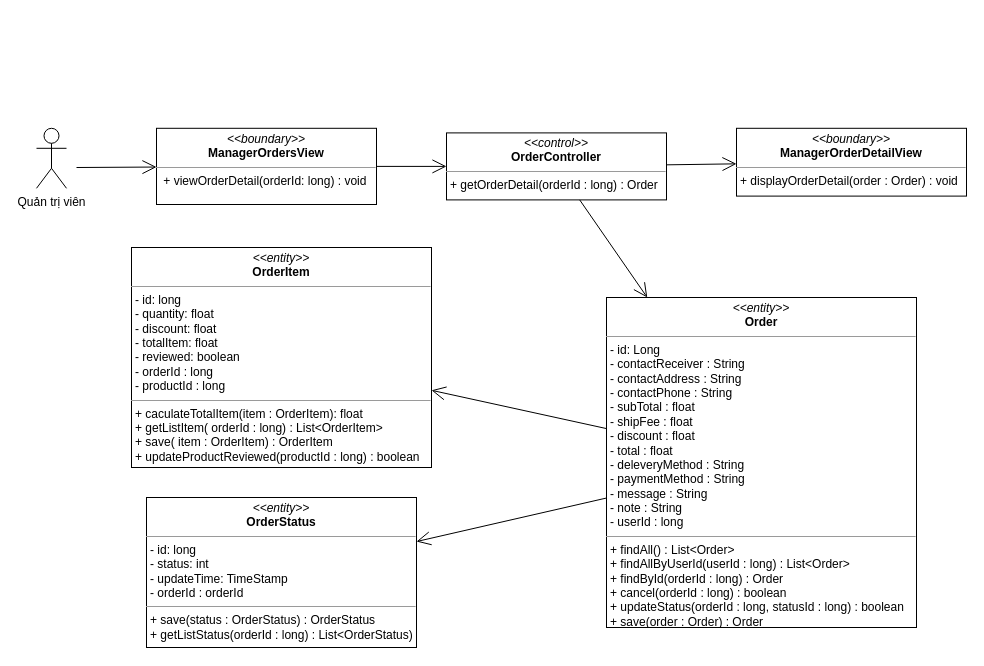
Above: class diagram/manager-order-detail-class-diagram.drawio in nguyenphamvan/datn_20202 (draw.io), before the change. Source tidied: cells renumbered, new cells numbered last; positions are measured from the earlier drawing's top-left corner, leaving out a move shared by most shapes. Both pictures are drawn from the tidied source at 100%, with x=0, y=0 at pixel (36, 128).
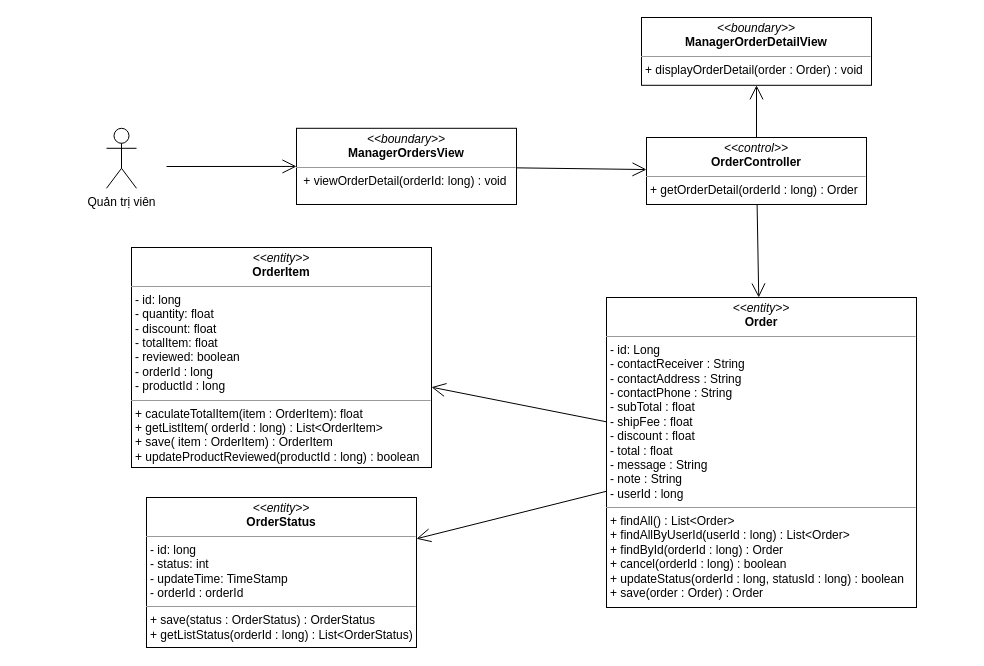
The same page after the edit.

What changed in the source:
```diff
@@
 <mxGraphModel>
   <root>
     <mxCell id="0" />
     <mxCell id="1" parent="0" />
     <mxCell id="2" value="&lt;p style=&quot;margin: 0px ; margin-top: 4px ; text-align: center&quot;&gt;&lt;i&gt;&amp;lt;&amp;lt;boundary&amp;gt;&amp;gt;&lt;/i&gt;&lt;br&gt;&lt;b&gt;ManagerOrderDetailView&lt;/b&gt;&lt;/p&gt;&lt;hr size=&quot;1&quot;&gt;&lt;p style=&quot;margin: 0px ; margin-left: 4px&quot;&gt;&lt;span&gt;+ displayOrderDetail(order : Order) : void&lt;/span&gt;&lt;/p&gt;" style="verticalAlign=top;align=left;overflow=fill;fontSize=12;fontFamily=Helvetica;html=1;" parent="1" vertex="1">
-      <mxGeometry x="700" y="-0.2" width="230" height="67.8" as="geometry" />
+      <mxGeometry x="605" y="-111" width="230" height="67.8" as="geometry" />
     </mxCell>
     <mxCell id="3" style="endArrow=open;endFill=1;endSize=12;html=1;" parent="1" edge="1" source="4" target="2">
       <mxGeometry relative="1" as="geometry" />
     </mxCell>
     <mxCell id="4" value="&lt;p style=&quot;margin: 0px ; margin-top: 4px ; text-align: center&quot;&gt;&lt;i&gt;&amp;lt;&amp;lt;control&amp;gt;&amp;gt;&lt;/i&gt;&lt;br&gt;&lt;b&gt;OrderController&lt;/b&gt;&lt;br&gt;&lt;/p&gt;&lt;hr size=&quot;1&quot;&gt;&lt;p style=&quot;margin: 0px ; margin-left: 4px&quot;&gt;&lt;span&gt;+ getOrderDetail(orderId : long) : Order&lt;/span&gt;&lt;br&gt;&lt;/p&gt;" style="verticalAlign=top;align=left;overflow=fill;fontSize=12;fontFamily=Helvetica;html=1;" parent="1" vertex="1">
-      <mxGeometry x="410" y="4.4" width="220" height="67" as="geometry" />
+      <mxGeometry x="610" y="9" width="220" height="67" as="geometry" />
     </mxCell>
     <mxCell id="5" style="endArrow=open;endFill=1;endSize=12;html=1;" parent="1" edge="1" source="4" target="9">
       <mxGeometry relative="1" as="geometry" />
     </mxCell>
     <mxCell id="6" value="&lt;p style=&quot;margin: 0px ; margin-top: 4px ; text-align: center&quot;&gt;&lt;i&gt;&amp;lt;&amp;lt;boundary&amp;gt;&amp;gt;&lt;/i&gt;&lt;br&gt;&lt;b&gt;ManagerOrdersView&lt;/b&gt;&lt;/p&gt;&lt;hr size=&quot;1&quot;&gt;&lt;p style=&quot;margin: 0px ; margin-left: 4px&quot;&gt;&lt;span&gt;&amp;nbsp;&lt;/span&gt;&lt;span&gt;+ viewOrderDetail(orderId: long) : void&lt;/span&gt;&lt;/p&gt;" style="verticalAlign=top;align=left;overflow=fill;fontSize=12;fontFamily=Helvetica;html=1;" parent="1" vertex="1">
-      <mxGeometry x="120" y="-0.2" width="220" height="76.2" as="geometry" />
+      <mxGeometry x="260" y="-0.2" width="220" height="76.2" as="geometry" />
     </mxCell>
     <mxCell id="7" value="&lt;p style=&quot;margin: 0px ; margin-top: 4px ; text-align: center&quot;&gt;&lt;i&gt;&amp;lt;&amp;lt;entity&amp;gt;&amp;gt;&lt;/i&gt;&lt;br&gt;&lt;b&gt;OrderItem&lt;/b&gt;&lt;/p&gt;&lt;hr size=&quot;1&quot;&gt;&lt;p style=&quot;margin: 0px ; margin-left: 4px&quot;&gt;- id: long&lt;/p&gt;&lt;p style=&quot;margin: 0px ; margin-left: 4px&quot;&gt;- quantity: float&lt;br&gt;- discount: float&lt;/p&gt;&lt;p style=&quot;margin: 0px ; margin-left: 4px&quot;&gt;- totalItem: float&lt;/p&gt;&lt;p style=&quot;margin: 0px ; margin-left: 4px&quot;&gt;- reviewed: boolean&lt;/p&gt;&lt;p style=&quot;margin: 0px ; margin-left: 4px&quot;&gt;- orderId : long&lt;/p&gt;&lt;p style=&quot;margin: 0px ; margin-left: 4px&quot;&gt;- productId : long&lt;/p&gt;&lt;hr size=&quot;1&quot;&gt;&lt;p style=&quot;margin: 0px 0px 0px 4px&quot;&gt;+ caculateTotalItem(item : OrderItem): float&lt;br&gt;&lt;/p&gt;&lt;p style=&quot;margin: 0px 0px 0px 4px&quot;&gt;+ getListItem( orderId : long) : List&amp;lt;OrderItem&amp;gt;&lt;br&gt;&lt;/p&gt;&lt;p style=&quot;margin: 0px 0px 0px 4px&quot;&gt;+ save( item : OrderItem) : OrderItem&lt;/p&gt;&lt;p style=&quot;margin: 0px 0px 0px 4px&quot;&gt;+ updateProductReviewed(productId : long) : boolean&lt;/p&gt;" style="verticalAlign=top;align=left;overflow=fill;fontSize=12;fontFamily=Helvetica;html=1;" parent="1" vertex="1">
       <mxGeometry x="95" y="119" width="300" height="220" as="geometry" />
     </mxCell>
     <mxCell id="8" value="&lt;p style=&quot;margin: 0px ; margin-top: 4px ; text-align: center&quot;&gt;&lt;i&gt;&amp;lt;&amp;lt;entity&amp;gt;&amp;gt;&lt;/i&gt;&lt;br&gt;&lt;b&gt;OrderStatus&lt;/b&gt;&lt;/p&gt;&lt;hr size=&quot;1&quot;&gt;&lt;p style=&quot;margin: 0px ; margin-left: 4px&quot;&gt;- id: long&lt;/p&gt;&lt;p style=&quot;margin: 0px ; margin-left: 4px&quot;&gt;- status: int&lt;br&gt;- updateTime: TimeStamp&lt;/p&gt;&lt;p style=&quot;margin: 0px ; margin-left: 4px&quot;&gt;- orderId : orderId&lt;/p&gt;&lt;hr size=&quot;1&quot;&gt;&lt;p style=&quot;margin: 0px ; margin-left: 4px&quot;&gt;+ save(status : OrderStatus) : OrderStatus&lt;/p&gt;&lt;p style=&quot;margin: 0px ; margin-left: 4px&quot;&gt;+ getListStatus(orderId : long) : List&amp;lt;OrderStatus)&lt;/p&gt;" style="verticalAlign=top;align=left;overflow=fill;fontSize=12;fontFamily=Helvetica;html=1;" parent="1" vertex="1">
       <mxGeometry x="110" y="369" width="270" height="150" as="geometry" />
     </mxCell>
-    <mxCell id="9" value="&lt;p style=&quot;margin: 0px ; margin-top: 4px ; text-align: center&quot;&gt;&lt;i&gt;&amp;lt;&amp;lt;entity&amp;gt;&amp;gt;&lt;/i&gt;&lt;br&gt;&lt;b&gt;Order&lt;/b&gt;&lt;/p&gt;&lt;hr size=&quot;1&quot;&gt;&lt;p style=&quot;margin: 0px ; margin-left: 4px&quot;&gt;- id: Long&lt;/p&gt;&lt;p style=&quot;margin: 0px ; margin-left: 4px&quot;&gt;- contactReceiver : String&lt;/p&gt;&lt;p style=&quot;margin: 0px ; margin-left: 4px&quot;&gt;- contactAddress : String&lt;/p&gt;&lt;p style=&quot;margin: 0px ; margin-left: 4px&quot;&gt;- contactPhone : String&lt;/p&gt;&lt;p style=&quot;margin: 0px 0px 0px 4px&quot;&gt;- subTotal : float&lt;/p&gt;&lt;p style=&quot;margin: 0px 0px 0px 4px&quot;&gt;- shipFee : float&lt;/p&gt;&lt;p style=&quot;margin: 0px 0px 0px 4px&quot;&gt;- discount : float&lt;/p&gt;&lt;p style=&quot;margin: 0px 0px 0px 4px&quot;&gt;- total : float&lt;/p&gt;&lt;p style=&quot;margin: 0px 0px 0px 4px&quot;&gt;- deleveryMethod : String&lt;/p&gt;&lt;p style=&quot;margin: 0px 0px 0px 4px&quot;&gt;- paymentMethod : String&lt;/p&gt;&lt;p style=&quot;margin: 0px 0px 0px 4px&quot;&gt;- message : String&lt;/p&gt;&lt;p style=&quot;margin: 0px 0px 0px 4px&quot;&gt;- note : String&lt;/p&gt;&lt;p style=&quot;margin: 0px 0px 0px 4px&quot;&gt;- userId : long&lt;/p&gt;&lt;hr size=&quot;1&quot;&gt;&lt;p style=&quot;margin: 0px 0px 0px 4px&quot;&gt;+ findAll() : List&amp;lt;Order&amp;gt;&lt;/p&gt;&lt;p style=&quot;margin: 0px 0px 0px 4px&quot;&gt;+ findAllByUserId(userId : long) : List&amp;lt;Order&amp;gt;&lt;/p&gt;&lt;p style=&quot;margin: 0px 0px 0px 4px&quot;&gt;+ findById(orderId : long) : Order&lt;br&gt;&lt;/p&gt;&lt;p style=&quot;margin: 0px 0px 0px 4px&quot;&gt;+ cancel(orderId : long) : boolean&lt;br&gt;&lt;/p&gt;&lt;p style=&quot;margin: 0px 0px 0px 4px&quot;&gt;+ updateStatus(orderId : long, statusId : long) : boolean&lt;/p&gt;&lt;p style=&quot;margin: 0px 0px 0px 4px&quot;&gt;+ save(order : Order) : Order&lt;/p&gt;" style="verticalAlign=top;align=left;overflow=fill;fontSize=12;fontFamily=Helvetica;html=1;" parent="1" vertex="1">
-      <mxGeometry x="570" y="169" width="310" height="330" as="geometry" />
+    <mxCell id="9" value="&lt;p style=&quot;margin: 0px ; margin-top: 4px ; text-align: center&quot;&gt;&lt;i&gt;&amp;lt;&amp;lt;entity&amp;gt;&amp;gt;&lt;/i&gt;&lt;br&gt;&lt;b&gt;Order&lt;/b&gt;&lt;/p&gt;&lt;hr size=&quot;1&quot;&gt;&lt;p style=&quot;margin: 0px ; margin-left: 4px&quot;&gt;- id: Long&lt;/p&gt;&lt;p style=&quot;margin: 0px ; margin-left: 4px&quot;&gt;- contactReceiver : String&lt;/p&gt;&lt;p style=&quot;margin: 0px ; margin-left: 4px&quot;&gt;- contactAddress : String&lt;/p&gt;&lt;p style=&quot;margin: 0px ; margin-left: 4px&quot;&gt;- contactPhone : String&lt;/p&gt;&lt;p style=&quot;margin: 0px 0px 0px 4px&quot;&gt;- subTotal : float&lt;/p&gt;&lt;p style=&quot;margin: 0px 0px 0px 4px&quot;&gt;- shipFee : float&lt;/p&gt;&lt;p style=&quot;margin: 0px 0px 0px 4px&quot;&gt;- discount : float&lt;/p&gt;&lt;p style=&quot;margin: 0px 0px 0px 4px&quot;&gt;- total : float&lt;/p&gt;&lt;p style=&quot;margin: 0px 0px 0px 4px&quot;&gt;- message : String&lt;/p&gt;&lt;p style=&quot;margin: 0px 0px 0px 4px&quot;&gt;- note : String&lt;/p&gt;&lt;p style=&quot;margin: 0px 0px 0px 4px&quot;&gt;- userId : long&lt;/p&gt;&lt;hr size=&quot;1&quot;&gt;&lt;p style=&quot;margin: 0px 0px 0px 4px&quot;&gt;+ findAll() : List&amp;lt;Order&amp;gt;&lt;/p&gt;&lt;p style=&quot;margin: 0px 0px 0px 4px&quot;&gt;+ findAllByUserId(userId : long) : List&amp;lt;Order&amp;gt;&lt;/p&gt;&lt;p style=&quot;margin: 0px 0px 0px 4px&quot;&gt;+ findById(orderId : long) : Order&lt;br&gt;&lt;/p&gt;&lt;p style=&quot;margin: 0px 0px 0px 4px&quot;&gt;+ cancel(orderId : long) : boolean&lt;br&gt;&lt;/p&gt;&lt;p style=&quot;margin: 0px 0px 0px 4px&quot;&gt;+ updateStatus(orderId : long, statusId : long) : boolean&lt;/p&gt;&lt;p style=&quot;margin: 0px 0px 0px 4px&quot;&gt;+ save(order : Order) : Order&lt;/p&gt;" style="verticalAlign=top;align=left;overflow=fill;fontSize=12;fontFamily=Helvetica;html=1;" parent="1" vertex="1">
+      <mxGeometry x="570" y="169" width="310" height="310" as="geometry" />
     </mxCell>
     <mxCell id="10" style="endArrow=open;endFill=1;endSize=12;html=1;" parent="1" edge="1" source="9" target="7">
       <mxGeometry relative="1" as="geometry" />
     </mxCell>
     <mxCell id="11" style="endArrow=open;endFill=1;endSize=12;html=1;" parent="1" edge="1" source="9" target="8">
       <mxGeometry relative="1" as="geometry" />
     </mxCell>
     <mxCell id="12" style="endArrow=open;endFill=1;endSize=12;html=1;" parent="1" edge="1" source="6" target="4">
       <mxGeometry relative="1" as="geometry" />
     </mxCell>
     <mxCell id="13" value="Quản trị viên" style="shape=umlActor;verticalLabelPosition=bottom;verticalAlign=top;html=1;" parent="1" vertex="1">
-      <mxGeometry y="-0.2" width="30" height="60" as="geometry" />
+      <mxGeometry x="70" y="-0.2" width="30" height="60" as="geometry" />
     </mxCell>
     <mxCell id="14" style="endArrow=open;endFill=1;endSize=12;html=1;" parent="1" edge="1" target="6">
       <mxGeometry relative="1" as="geometry">
-        <mxPoint x="40" y="39" as="sourcePoint" />
+        <mxPoint x="130" y="38" as="sourcePoint" />
       </mxGeometry>
     </mxCell>
   </root>
 </mxGraphModel>
```
